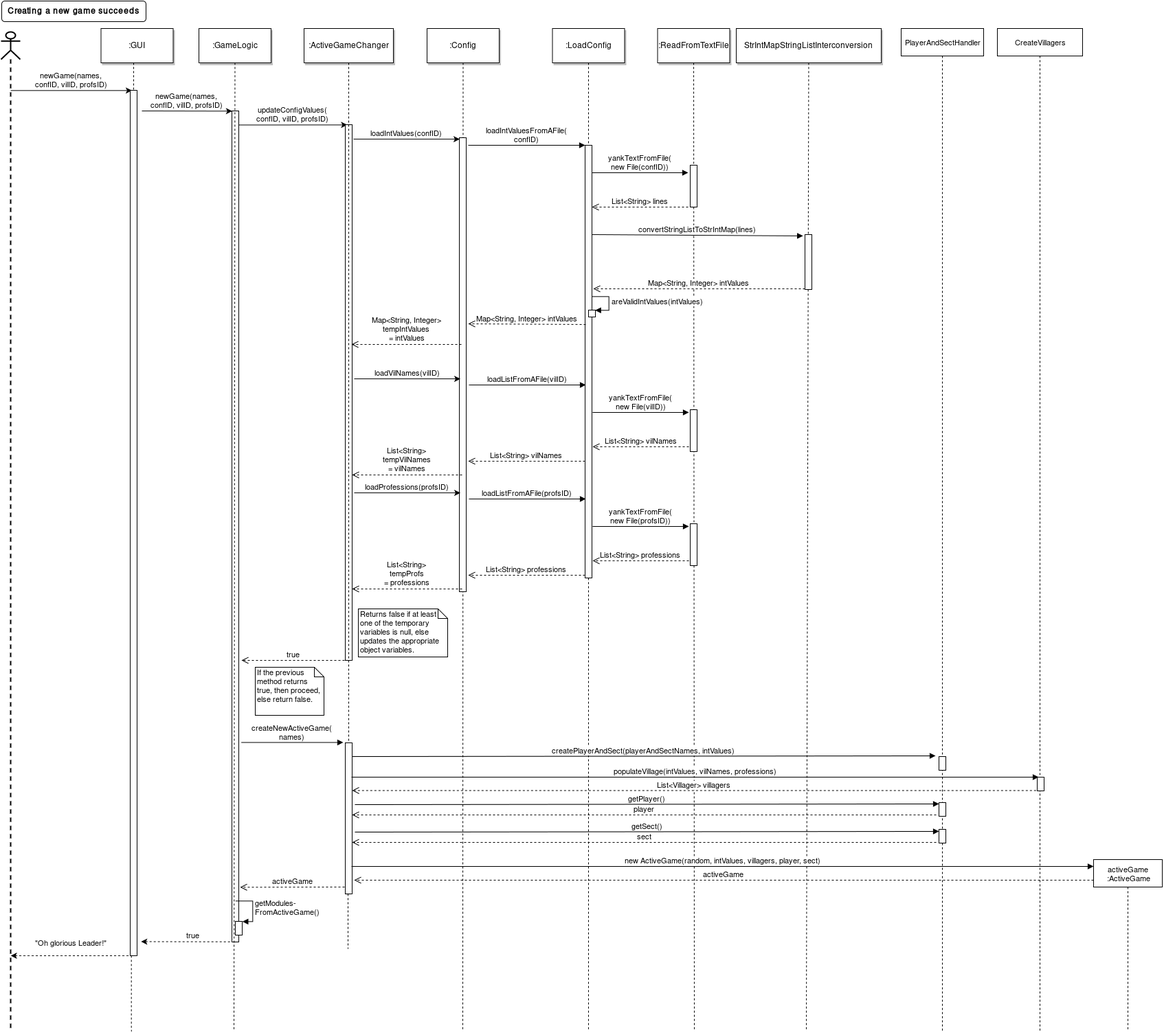
iah1016/Uusi-aika keeps this draw.io diagram as dokumentaatio/Sekvenssikaavio 1.png. Above is the earlier version. Source tidied: cells renumbered, new cells last; positions are measured from the earlier drawing's top-left corner, leaving out a move shared by most shapes.
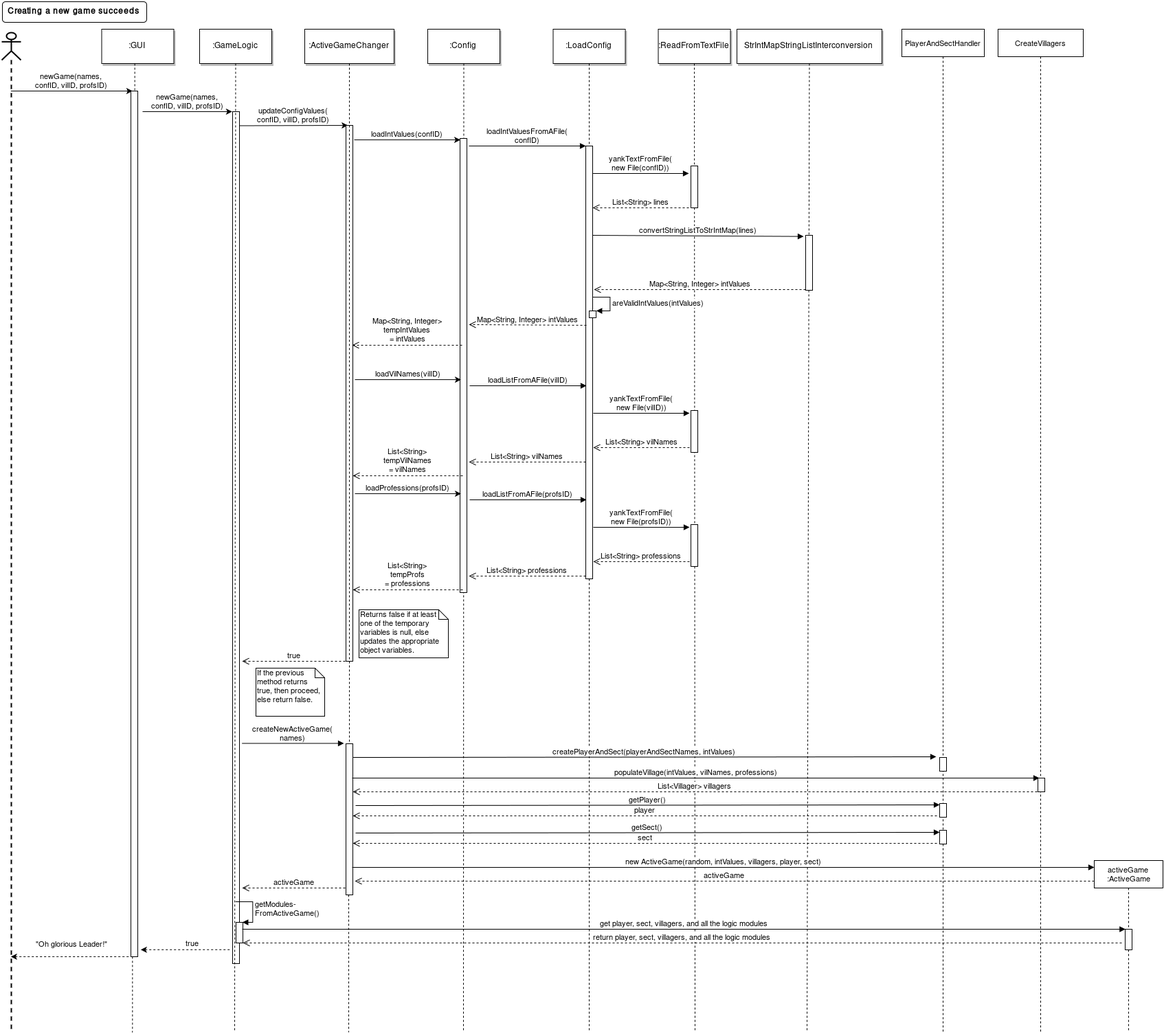
The same diagram one commit later.

Commit message:
Ensimmäistä sekvenssikaaviota korjattu.

Diff of the diagram source:
```diff
@@ -9,7 +9,7 @@
       <mxGeometry x="145.5" y="40" width="105" height="50" as="geometry" />
     </mxCell>
     <mxCell id="4" style="fillColor=#FFFFFF;strokeColor=#000000;html=1;" parent="1" vertex="1">
-      <mxGeometry x="336" y="160" width="10" height="1210" as="geometry" />
+      <mxGeometry x="336" y="160" width="10" height="1240" as="geometry" />
     </mxCell>
     <mxCell id="5" value=":GameLogic" style="shadow=1;fillColor=#FFFFFF;strokeColor=#000000;html=1;" parent="1" vertex="1">
       <mxGeometry x="288" y="40" width="105" height="50" as="geometry" />
@@ -24,9 +24,10 @@
         <mxPoint x="346" y="180.5" as="sourcePoint" />
       </mxGeometry>
     </mxCell>
-    <mxCell id="8" style="edgeStyle=none;verticalLabelPosition=top;verticalAlign=bottom;endArrow=none;startArrow=classic;dashed=1;html=1;exitX=1.6;exitY=0.984;exitPerimeter=0;" parent="1" edge="1" source="78">
-      <mxGeometry x="256" y="1302.3" as="geometry">
-        <mxPoint x="336" y="1369.8" as="targetPoint" />
+    <mxCell id="8" style="edgeStyle=none;verticalLabelPosition=top;verticalAlign=bottom;endArrow=none;startArrow=classic;dashed=1;html=1;exitX=1.6;exitY=0.984;exitPerimeter=0;" parent="1" edge="1">
+      <mxGeometry x="254" y="1312.3" as="geometry">
+        <mxPoint x="202.3" y="1379.9" as="sourcePoint" />
+        <mxPoint x="334" y="1379.8" as="targetPoint" />
       </mxGeometry>
     </mxCell>
     <mxCell id="9" value="true" style="text;html=1;align=center;verticalAlign=middle;labelBackgroundColor=#ffffff;fontSize=11;" parent="8" vertex="1">
@@ -48,7 +49,7 @@
     </mxCell>
     <mxCell id="13" style="edgeStyle=none;endArrow=none;dashed=1;html=1;" parent="1" edge="1" source="65">
       <mxGeometry x="614.5" y="175" as="geometry">
-        <mxPoint x="505" y="1380" as="targetPoint" />
+        <mxPoint x="505" y="1500" as="targetPoint" />
       </mxGeometry>
     </mxCell>
     <mxCell id="14" value=":Config" style="shadow=1;fillColor=#FFFFFF;strokeColor=#000000;html=1;" parent="1" vertex="1">
@@ -165,7 +166,7 @@
       </mxGeometry>
     </mxCell>
     <mxCell id="39" style="html=1;points=[];perimeter=orthogonalPerimeter;labelBackgroundColor=none;strokeWidth=1;fontSize=11;" parent="1" vertex="1">
-      <mxGeometry x="341" y="1340" width="10" height="20" as="geometry" />
+      <mxGeometry x="341" y="1340" width="10" height="30" as="geometry" />
     </mxCell>
     <mxCell id="40" value="getModules-&lt;br&gt;FromActiveGame()" style="edgeStyle=orthogonalEdgeStyle;html=1;align=left;spacingLeft=2;endArrow=block;rounded=0;entryX=1;entryY=0;fontSize=11;" parent="1" edge="1" target="39">
       <mxGeometry relative="1" as="geometry">
@@ -309,6 +310,11 @@
     <mxCell id="69" style="html=1;points=[];perimeter=orthogonalPerimeter;labelBackgroundColor=none;strokeWidth=1;fontSize=11;" parent="68" vertex="1">
       <mxGeometry x="58" y="1090" width="10" height="20" as="geometry" />
     </mxCell>
+    <mxCell id="82" value="return player, sect, villagers, and all the logic modules" style="html=1;verticalAlign=bottom;endArrow=open;dashed=1;endSize=8;fontSize=11;align=center;" parent="68" edge="1" target="39">
+      <mxGeometry relative="1" as="geometry">
+        <mxPoint x="180" y="1330" as="sourcePoint" />
+      </mxGeometry>
+    </mxCell>
     <mxCell id="70" value="populateVillage(intValues, vilNames, professions)" style="html=1;verticalAlign=bottom;endArrow=block;fontSize=11;align=center;" parent="1" edge="1">
       <mxGeometry relative="1" as="geometry">
         <mxPoint x="510" y="1130" as="sourcePoint" />
@@ -347,6 +353,9 @@
     <mxCell id="76" value="activeGame&lt;br&gt;:ActiveGame" style="shape=umlLifeline;perimeter=lifelinePerimeter;whiteSpace=wrap;html=1;labelBackgroundColor=none;strokeWidth=1;fontSize=11;" parent="1" vertex="1">
       <mxGeometry x="1590" y="1250" width="100" height="250" as="geometry" />
     </mxCell>
+    <mxCell id="83" style="html=1;points=[];perimeter=orthogonalPerimeter;labelBackgroundColor=none;strokeWidth=1;fontSize=11;" parent="76" vertex="1">
+      <mxGeometry x="45" y="100" width="10" height="30" as="geometry" />
+    </mxCell>
     <mxCell id="77" value="activeGame" style="html=1;verticalAlign=bottom;endArrow=open;dashed=1;endSize=8;fontSize=11;align=center;" parent="1" edge="1">
       <mxGeometry relative="1" as="geometry">
         <mxPoint x="1590" y="1280" as="sourcePoint" />
@@ -359,13 +368,19 @@
     <mxCell id="79" style="edgeStyle=elbowEdgeStyle;elbow=horizontal;endArrow=none;dashed=1;html=1;" parent="1" edge="1" source="3" target="78">
       <mxGeometry x="263" y="310" as="geometry" />
     </mxCell>
-    <mxCell id="80" value="activeGame" style="html=1;verticalAlign=bottom;endArrow=open;dashed=1;endSize=8;fontSize=11;align=center;entryX=1.2;entryY=0.934;entryPerimeter=0;" parent="1" edge="1" target="4">
+    <mxCell id="80" value="activeGame" style="html=1;verticalAlign=bottom;endArrow=open;dashed=1;endSize=8;fontSize=11;align=center;" parent="1" edge="1">
       <mxGeometry relative="1" as="geometry">
         <mxPoint x="500" y="1290" as="sourcePoint" />
+        <mxPoint x="350" y="1290" as="targetPoint" />
       </mxGeometry>
     </mxCell>
     <mxCell id="81" value="List&amp;lt;Villager&amp;gt; villagers&lt;br&gt;" style="html=1;verticalAlign=bottom;endArrow=open;dashed=1;endSize=8;fontSize=11;align=center;exitX=-0.159;exitY=0.993;exitPerimeter=0;" parent="1" edge="1" source="69" target="65">
       <mxGeometry relative="1" as="geometry" />
     </mxCell>
+    <mxCell id="84" value="get player, sect, villagers, and all the logic modules&lt;br&gt;" style="html=1;verticalAlign=bottom;endArrow=block;fontSize=11;align=center;entryX=0.107;entryY=-0.002;entryPerimeter=0;" parent="1" edge="1" target="83">
+      <mxGeometry relative="1" as="geometry">
+        <mxPoint x="350" y="1350" as="sourcePoint" />
+      </mxGeometry>
+    </mxCell>
   </root>
 </mxGraphModel>
```
